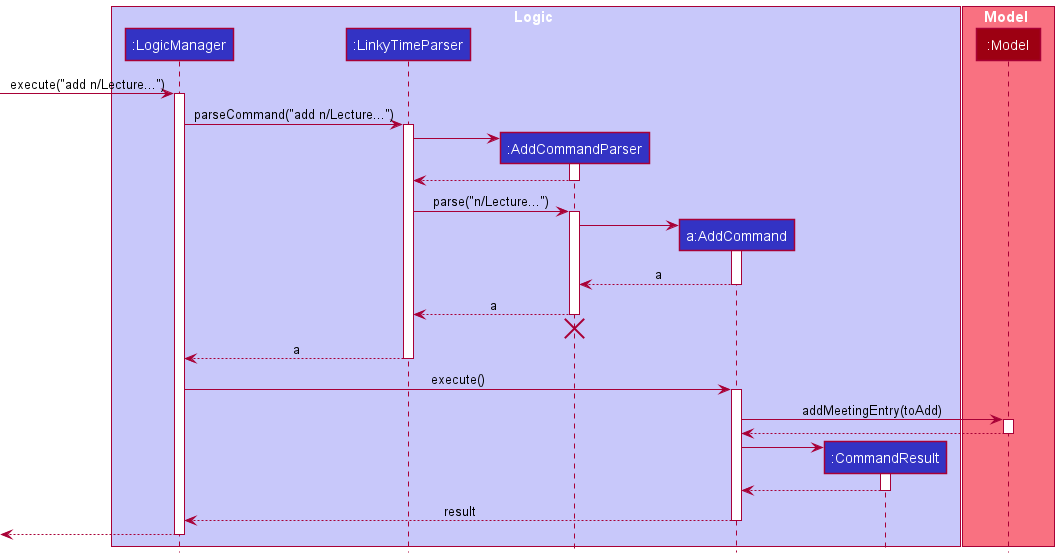
The PlantUML diagram docs/images/AddSequenceDiagram.png in zfs-old-crap/linkytime, before a commit. The source it was exported from:
```plantuml
@startuml
!include style.puml

box Logic LOGIC_COLOR_T1
participant ":LogicManager" as LogicManager LOGIC_COLOR
participant ":LinkyTimeParser" as LinkyTimeParser LOGIC_COLOR
participant ":AddCommandParser" as AddCommandParser LOGIC_COLOR
participant "a:AddCommand" as AddCommand LOGIC_COLOR
participant ":CommandResult" as CommandResult LOGIC_COLOR
end box

box Model MODEL_COLOR_T1
participant ":Model" as Model MODEL_COLOR
end box

[-> LogicManager : execute("add n/Lecture...")
activate LogicManager

LogicManager -> LinkyTimeParser : parseCommand("add n/Lecture...")
activate LinkyTimeParser

create AddCommandParser
LinkyTimeParser -> AddCommandParser
activate AddCommandParser

AddCommandParser --> LinkyTimeParser
deactivate AddCommandParser

LinkyTimeParser -> AddCommandParser : parse("n/Lecture...")
activate AddCommandParser

create AddCommand
AddCommandParser -> AddCommand
activate AddCommand

AddCommand --> AddCommandParser : a
deactivate AddCommand

AddCommandParser --> LinkyTimeParser : a
deactivate AddCommandParser
AddCommandParser -[hidden]-> LinkyTimeParser
destroy AddCommandParser

LinkyTimeParser --> LogicManager : a
deactivate LinkyTimeParser

LogicManager -> AddCommand : execute()
activate AddCommand

AddCommand -> Model : addMeetingEntry(toAdd)
activate Model

Model --> AddCommand
deactivate Model

create CommandResult
AddCommand -> CommandResult
activate CommandResult

CommandResult --> AddCommand
deactivate CommandResult

AddCommand --> LogicManager : result
deactivate AddCommand

[<--LogicManager
deactivate LogicManager
@enduml
```
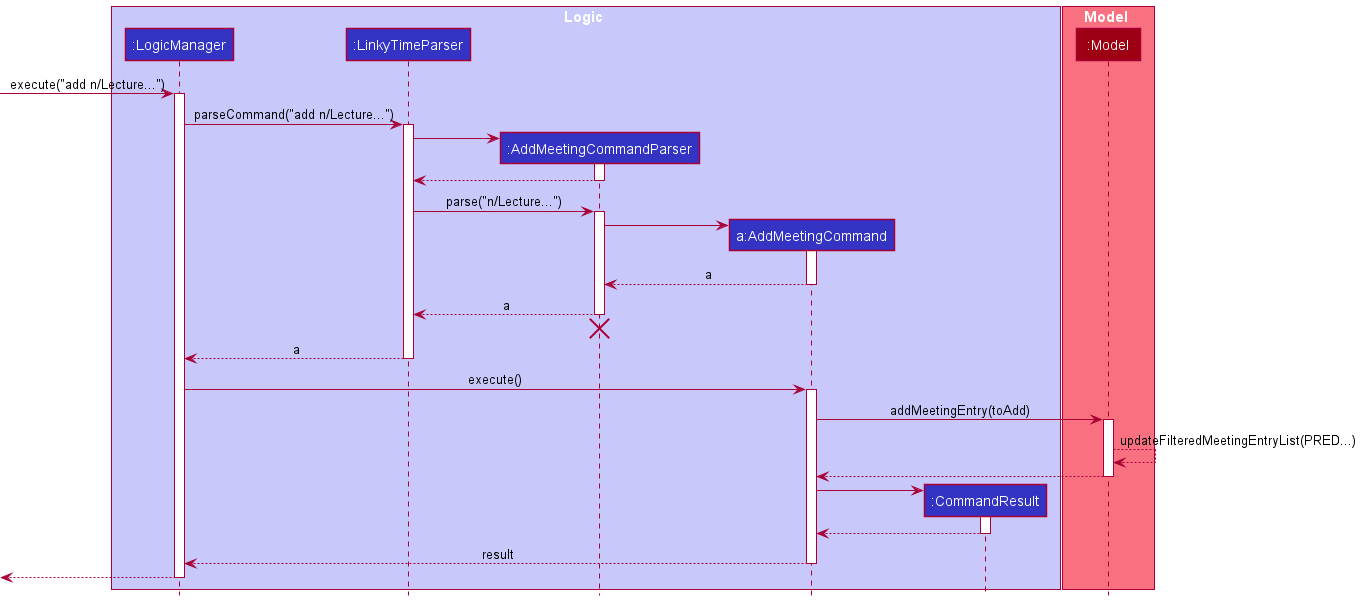
Later version of the same file.

What changed in the source:
```diff
@@ -4,8 +4,8 @@
 box Logic LOGIC_COLOR_T1
 participant ":LogicManager" as LogicManager LOGIC_COLOR
 participant ":LinkyTimeParser" as LinkyTimeParser LOGIC_COLOR
-participant ":AddCommandParser" as AddCommandParser LOGIC_COLOR
-participant "a:AddCommand" as AddCommand LOGIC_COLOR
+participant ":AddMeetingCommandParser" as AddMeetingCommandParser LOGIC_COLOR
+participant "a:AddMeetingCommand" as AddMeetingCommand LOGIC_COLOR
 participant ":CommandResult" as CommandResult LOGIC_COLOR
 end box
 
@@ -19,49 +19,51 @@
 LogicManager -> LinkyTimeParser : parseCommand("add n/Lecture...")
 activate LinkyTimeParser
 
-create AddCommandParser
-LinkyTimeParser -> AddCommandParser
-activate AddCommandParser
+create AddMeetingCommandParser
+LinkyTimeParser -> AddMeetingCommandParser
+activate AddMeetingCommandParser
 
-AddCommandParser --> LinkyTimeParser
-deactivate AddCommandParser
+AddMeetingCommandParser --> LinkyTimeParser
+deactivate AddMeetingCommandParser
 
-LinkyTimeParser -> AddCommandParser : parse("n/Lecture...")
-activate AddCommandParser
+LinkyTimeParser -> AddMeetingCommandParser : parse("n/Lecture...")
+activate AddMeetingCommandParser
 
-create AddCommand
-AddCommandParser -> AddCommand
-activate AddCommand
+create AddMeetingCommand
+AddMeetingCommandParser -> AddMeetingCommand
+activate AddMeetingCommand
 
-AddCommand --> AddCommandParser : a
-deactivate AddCommand
+AddMeetingCommand --> AddMeetingCommandParser : a
+deactivate AddMeetingCommand
 
-AddCommandParser --> LinkyTimeParser : a
-deactivate AddCommandParser
-AddCommandParser -[hidden]-> LinkyTimeParser
-destroy AddCommandParser
+AddMeetingCommandParser --> LinkyTimeParser : a
+deactivate AddMeetingCommandParser
+AddMeetingCommandParser -[hidden]-> LinkyTimeParser
+destroy AddMeetingCommandParser
 
 LinkyTimeParser --> LogicManager : a
 deactivate LinkyTimeParser
 
-LogicManager -> AddCommand : execute()
-activate AddCommand
+LogicManager -> AddMeetingCommand : execute()
+activate AddMeetingCommand
 
-AddCommand -> Model : addMeetingEntry(toAdd)
+AddMeetingCommand -> Model : addMeetingEntry(toAdd)
 activate Model
 
-Model --> AddCommand
+Model --> Model : updateFilteredMeetingEntryList(PRED...)
+
+Model --> AddMeetingCommand
 deactivate Model
 
 create CommandResult
-AddCommand -> CommandResult
+AddMeetingCommand -> CommandResult
 activate CommandResult
 
-CommandResult --> AddCommand
+CommandResult --> AddMeetingCommand
 deactivate CommandResult
 
-AddCommand --> LogicManager : result
-deactivate AddCommand
+AddMeetingCommand --> LogicManager : result
+deactivate AddMeetingCommand
 
 [<--LogicManager
 deactivate LogicManager
```
